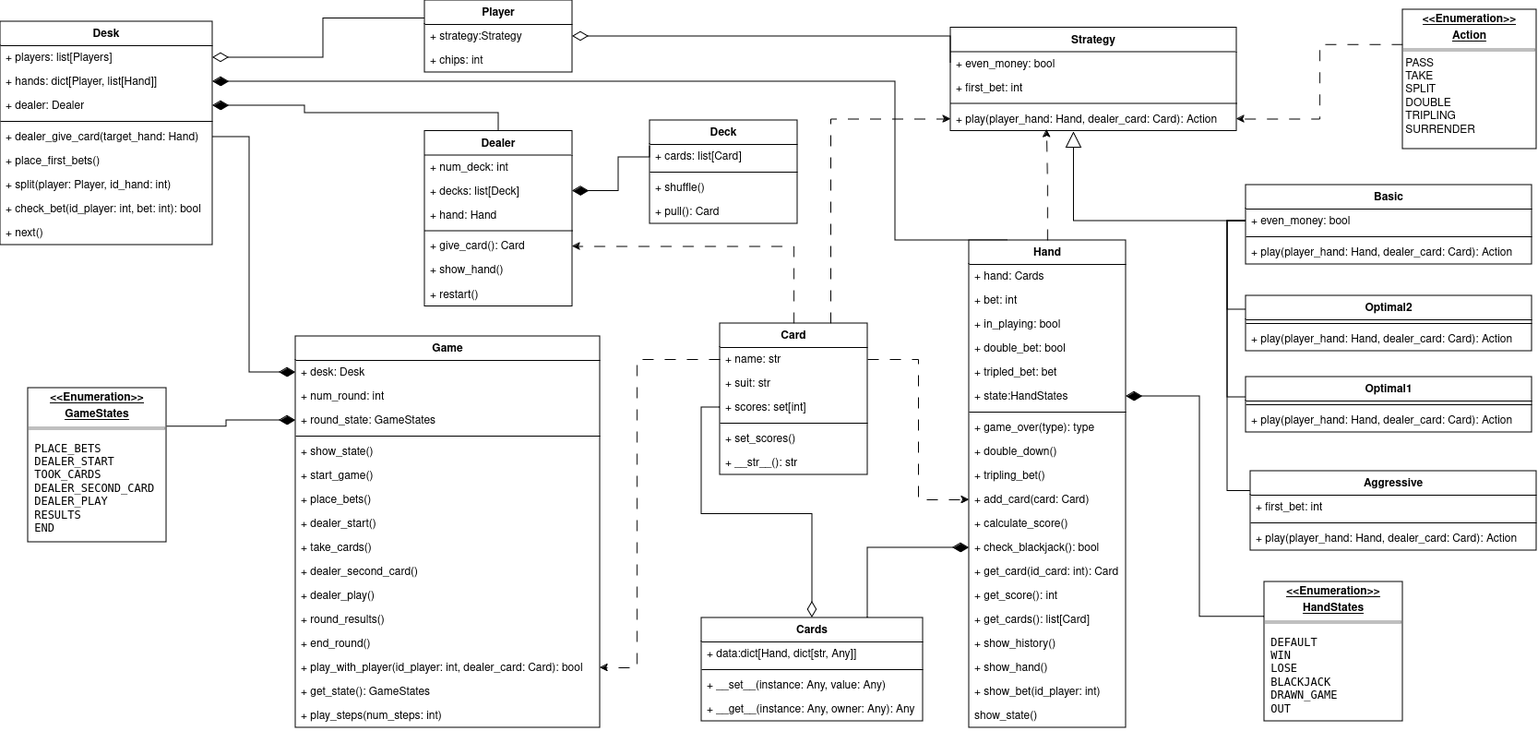
This is project/game/docs/UML.png from maxscherbakov/spbu-python-course, a draw.io export, as it was before one commit. Source tidied: cells renumbered, new cells last; positions are measured from the earlier drawing's top-left corner, leaving out a move shared by most shapes.
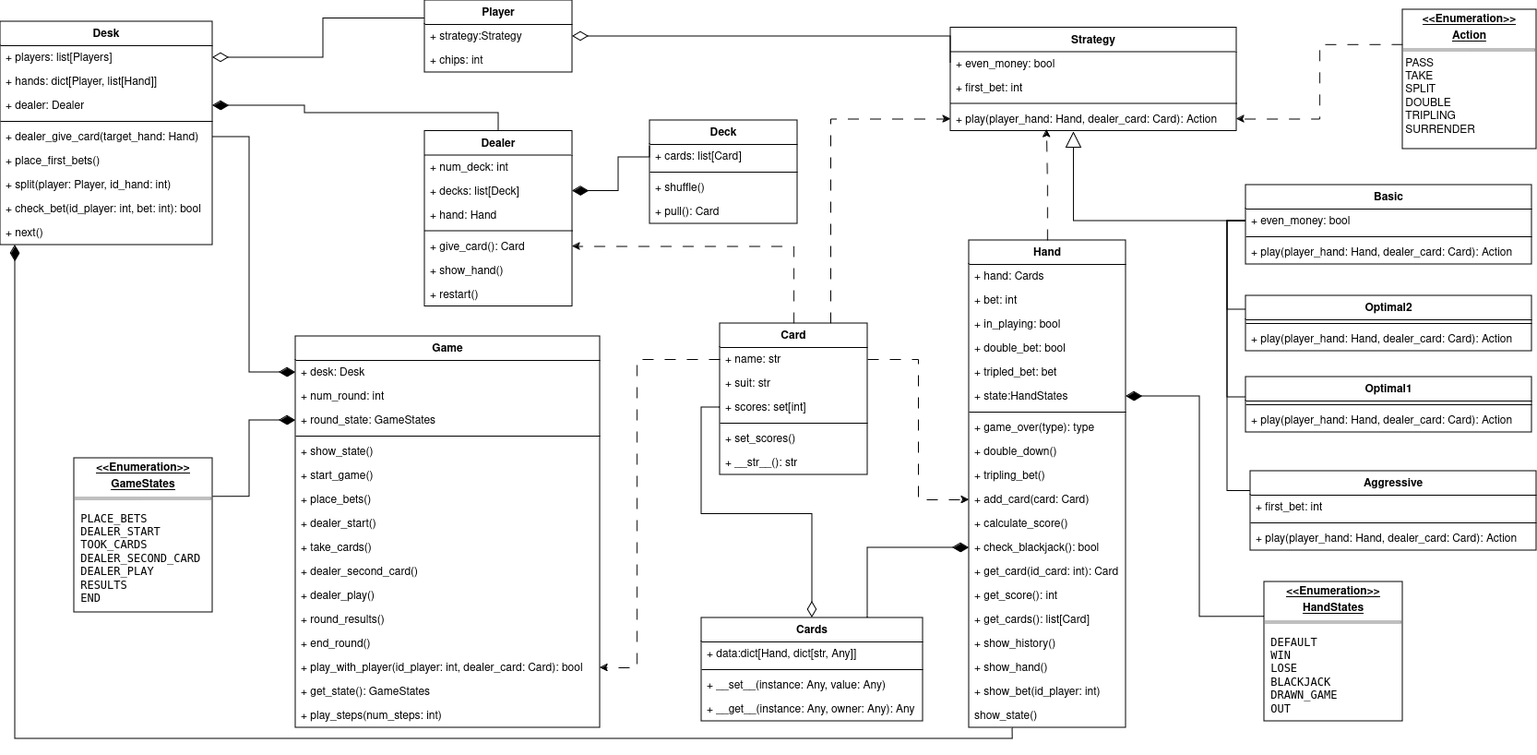
After the change.

Commit message:
removed the intersection of the relationship with the UML diagram

Diff of the diagram source:
```diff
@@ -117,7 +117,7 @@
       <mxGeometry relative="1" as="geometry" />
     </mxCell>
     <mxCell id="38" value="&lt;p style=&quot;margin:0px;margin-top:4px;text-align:center;text-decoration:underline;&quot;&gt;&lt;b&gt;&amp;lt;&amp;lt;Enumeration&amp;gt;&amp;gt;&lt;/b&gt;&lt;/p&gt;&lt;p style=&quot;margin:0px;margin-top:4px;text-align:center;text-decoration:underline;&quot;&gt;&lt;b&gt;GameStates&lt;/b&gt;&lt;br&gt;&lt;/p&gt;&lt;hr style=&quot;border-style:solid;&quot; size=&quot;1&quot;&gt;&lt;div style=&quot;&quot;&gt;&lt;div&gt;&lt;pre style=&quot;font-family:'Fira Code',monospace;font-size:11,3pt;&quot;&gt;&lt;font&gt; PLACE_BETS&lt;br&gt; DEALER_START&lt;br&gt; TOOK_CARDS&lt;br&gt; DEALER_SECOND_CARD&lt;br&gt; DEALER_PLAY&lt;br&gt; RESULTS&lt;br&gt; END&lt;/font&gt;&lt;/pre&gt;&lt;/div&gt;&lt;/div&gt;" style="verticalAlign=top;align=left;overflow=fill;html=1;whiteSpace=wrap;fontColor=default;" parent="1" vertex="1">
-      <mxGeometry x="30" y="420" width="150" height="167" as="geometry" />
+      <mxGeometry x="80" y="496" width="150" height="167" as="geometry" />
     </mxCell>
     <mxCell id="39" style="edgeStyle=orthogonalEdgeStyle;rounded=0;jettySize=auto;html=1;exitX=0;exitY=0.25;exitDx=0;exitDy=0;endArrow=diamondThin;endFill=1;endSize=15;entryX=1;entryY=0.5;entryDx=0;entryDy=0;" parent="1" edge="1" source="110" target="8">
       <mxGeometry relative="1" as="geometry">
@@ -128,11 +128,11 @@
         </Array>
       </mxGeometry>
     </mxCell>
-    <mxCell id="40" style="edgeStyle=orthogonalEdgeStyle;rounded=0;jettySize=auto;html=1;exitX=0.25;exitY=0;exitDx=0;exitDy=0;entryX=1;entryY=0.5;entryDx=0;entryDy=0;endArrow=diamondThin;endFill=1;endSize=15;" parent="1" edge="1" source="41" target="64">
+    <mxCell id="40" style="edgeStyle=orthogonalEdgeStyle;rounded=0;jettySize=auto;html=1;exitX=0.277;exitY=1.02;exitDx=0;exitDy=0;endArrow=diamondThin;endFill=1;endSize=15;exitPerimeter=0;" parent="1" edge="1" source="61" target="71">
       <mxGeometry relative="1" as="geometry">
         <Array as="points">
-          <mxPoint x="970" y="260" />
-          <mxPoint x="970" y="88" />
+          <mxPoint x="1097" y="800" />
+          <mxPoint x="16" y="800" />
         </Array>
       </mxGeometry>
     </mxCell>
```
